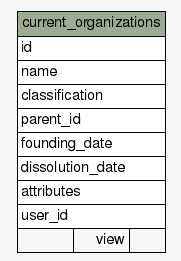
michalskop/hlasovali.cz keeps this Graphviz diagram as api/schema/diagrams/summary/current_organizations.1degree.png. Above is the earlier version. Its source is kept beside it as api/schema/diagrams/summary/current_organizations.1degree.dot. Source of this version:
```dot
digraph "current_organizations" {
  graph [
    rankdir="RL"
    bgcolor="#f7f7f7"
    nodesep="0.18"
    ranksep="0.46"
    fontname="Helvetica"
    fontsize="11"
  ];
  node [
    fontname="Helvetica"
    fontsize="11"
    shape="plaintext"
  ];
  edge [
    arrowsize="0.8"
  ];
  "current_organizations" [
    label=<
    <TABLE BORDER="0" CELLBORDER="1" CELLSPACING="0" BGCOLOR="#ffffff">
      <TR><TD COLSPAN="3" BGCOLOR="#9bab96" ALIGN="CENTER">current_organizations</TD></TR>
      <TR><TD PORT="id" COLSPAN="3" ALIGN="LEFT">id</TD></TR>
      <TR><TD PORT="name" COLSPAN="3" ALIGN="LEFT">name</TD></TR>
      <TR><TD PORT="classification" COLSPAN="3" ALIGN="LEFT">classification</TD></TR>
      <TR><TD PORT="parent_id" COLSPAN="3" ALIGN="LEFT">parent_id</TD></TR>
      <TR><TD PORT="founding_date" COLSPAN="3" ALIGN="LEFT">founding_date</TD></TR>
      <TR><TD PORT="dissolution_date" COLSPAN="3" ALIGN="LEFT">dissolution_date</TD></TR>
      <TR><TD PORT="attributes" COLSPAN="3" ALIGN="LEFT">attributes</TD></TR>
      <TR><TD PORT="user_id" COLSPAN="3" ALIGN="LEFT">user_id</TD></TR>
      <TR><TD ALIGN="LEFT" BGCOLOR="#f7f7f7">  </TD><TD ALIGN="RIGHT" BGCOLOR="#f7f7f7">view</TD><TD ALIGN="RIGHT" BGCOLOR="#f7f7f7">  </TD></TR>
    </TABLE>>
    URL="tables/current_organizations.html"
    tooltip="current_organizations"
  ];
}
```
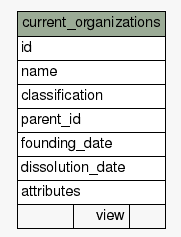
The same diagram one commit later.

Diff of the diagram source:
```diff
@@ -26,7 +26,6 @@
       <TR><TD PORT="founding_date" COLSPAN="3" ALIGN="LEFT">founding_date</TD></TR>
       <TR><TD PORT="dissolution_date" COLSPAN="3" ALIGN="LEFT">dissolution_date</TD></TR>
       <TR><TD PORT="attributes" COLSPAN="3" ALIGN="LEFT">attributes</TD></TR>
-      <TR><TD PORT="user_id" COLSPAN="3" ALIGN="LEFT">user_id</TD></TR>
       <TR><TD ALIGN="LEFT" BGCOLOR="#f7f7f7">  </TD><TD ALIGN="RIGHT" BGCOLOR="#f7f7f7">view</TD><TD ALIGN="RIGHT" BGCOLOR="#f7f7f7">  </TD></TR>
     </TABLE>>
     URL="tables/current_organizations.html"
```
